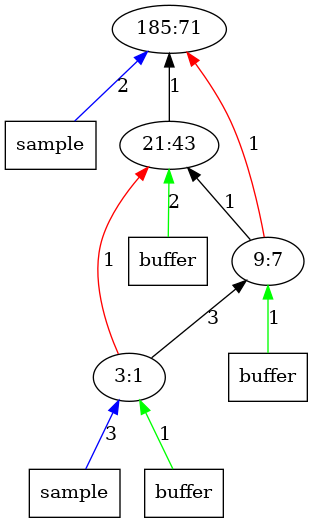
Above: outputImages/op71.png.png in AbhikKhan/MTP_IITG (Graphviz), before the change. Its source is kept beside it as outputTrees/op71.dot. Source of this version:
```dot
digraph Tree{
	rankdir="BT"
	x11 -> 1 [label = "2", color = "blue"];
	x11 [label = "sample", shape = "box"];
	1 [label = "185:71"];
	x22 -> 2 [label = "2", color = "green"];
	x22 [label = "buffer", shape = "box"];
	2 -> 1 [label = "1", color = "black"];
	2 [label = "21:43"];
	3 -> 1 [label = "1", color = "red"];
	x32 -> 3 [label = "1", color = "green"];
	x32 [label = "buffer", shape = "box"];
	3 -> 2 [label = "1", color = "black"];
	3 [label = "9:7"];
	4 -> 2 [label = "1", color = "red"];
	4 -> 3 [label = "3", color = "black"];
	x41 -> 4 [label = "3", color = "blue"];
	x41 [label = "sample", shape = "box"];
	x42 -> 4 [label = "1", color = "green"];
	x42 [label = "buffer", shape = "box"];
	4 [label = "3:1"];
}
```
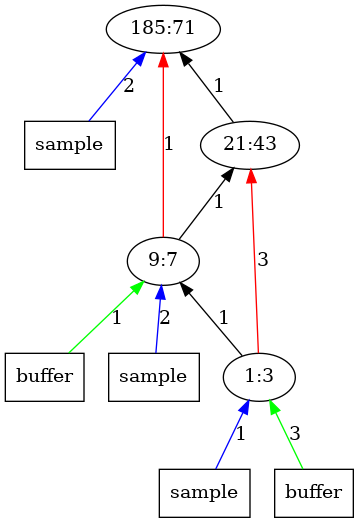
Later version of the same file.

What changed in the source:
```diff
@@ -3,20 +3,20 @@
 	x11 -> 1 [label = "2", color = "blue"];
 	x11 [label = "sample", shape = "box"];
 	1 [label = "185:71"];
-	x22 -> 2 [label = "2", color = "green"];
-	x22 [label = "buffer", shape = "box"];
 	2 -> 1 [label = "1", color = "black"];
 	2 [label = "21:43"];
-	3 -> 1 [label = "1", color = "red"];
+	3 -> 2 [label = "1", color = "black"];
 	x32 -> 3 [label = "1", color = "green"];
 	x32 [label = "buffer", shape = "box"];
-	3 -> 2 [label = "1", color = "black"];
+	3 -> 1 [label = "1", color = "red"];
+	x31 -> 3 [label = "2", color = "blue"];
+	x31 [label = "sample", shape = "box"];
 	3 [label = "9:7"];
-	4 -> 2 [label = "1", color = "red"];
-	4 -> 3 [label = "3", color = "black"];
-	x41 -> 4 [label = "3", color = "blue"];
+	4 -> 2 [label = "3", color = "red"];
+	4 -> 3 [label = "1", color = "black"];
+	x41 -> 4 [label = "1", color = "blue"];
 	x41 [label = "sample", shape = "box"];
-	x42 -> 4 [label = "1", color = "green"];
+	x42 -> 4 [label = "3", color = "green"];
 	x42 [label = "buffer", shape = "box"];
-	4 [label = "3:1"];
+	4 [label = "1:3"];
 }
```
